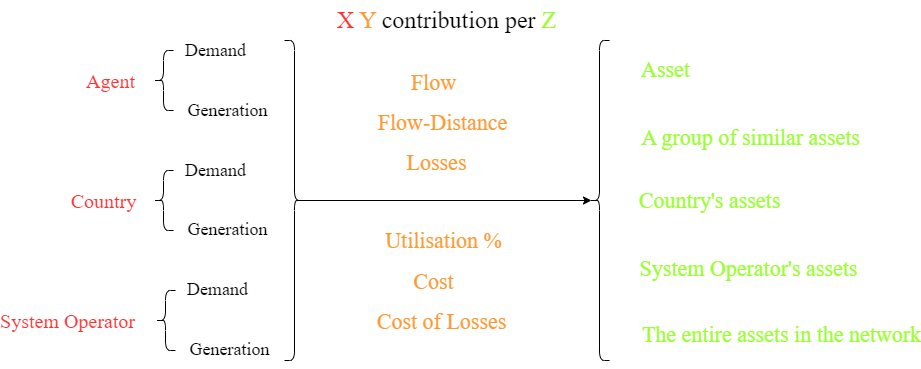
Above: doc/Images/InfraFair_output_results.png in IIT-EnergySystemModels/InfraFair (draw.io), before the change. Source tidied: cells renumbered, new cells last; positions are measured from the earlier drawing's top-left corner, leaving out a move shared by most shapes.
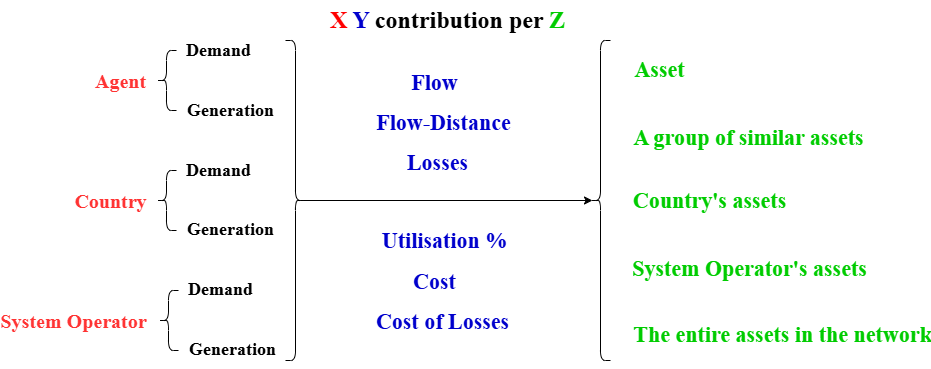
The same file after the commit.

Diff of the diagram source:
```diff
@@ -8,79 +8,79 @@
     <mxCell id="3" style="shape=curlyBracket;whiteSpace=wrap;html=1;rounded=1;labelPosition=left;verticalLabelPosition=middle;align=right;verticalAlign=middle;fontFamily=Times New Roman;fontStyle=0;" parent="1" vertex="1">
       <mxGeometry x="572" y="40" width="20" height="320" as="geometry" />
     </mxCell>
-    <mxCell id="4" value="&lt;font style=&quot;font-size: 24px;&quot;&gt;&lt;font color=&quot;#ff3333&quot; style=&quot;font-size: 24px;&quot;&gt;X&lt;/font&gt;&amp;nbsp;&lt;font color=&quot;#ff9933&quot; style=&quot;font-size: 24px;&quot;&gt;Y&lt;/font&gt;&lt;span style=&quot;&quot;&gt;&amp;nbsp;&lt;font color=&quot;#000000&quot;&gt;contribution per&lt;/font&gt;&amp;nbsp;&lt;/span&gt;&lt;font color=&quot;#99ff33&quot; style=&quot;font-size: 24px;&quot;&gt;Z&lt;/font&gt;&lt;/font&gt;" style="text;strokeColor=none;fillColor=none;html=1;fontSize=24;fontStyle=0;verticalAlign=middle;align=center;fontColor=#3333FF;fontFamily=Times New Roman;" parent="1" vertex="1">
+    <mxCell id="4" value="&lt;font style=&quot;font-size: 24px;&quot;&gt;&lt;b&gt;&lt;font style=&quot;font-size: 24px; color: rgb(255, 0, 0);&quot;&gt;X&lt;/font&gt;&amp;nbsp;&lt;font style=&quot;font-size: 24px; color: rgb(0, 0, 204);&quot;&gt;Y&lt;/font&gt;&lt;span style=&quot;&quot;&gt;&lt;font style=&quot;color: rgb(0, 0, 204);&quot;&gt;&amp;nbsp;&lt;/font&gt;&lt;font color=&quot;#000000&quot;&gt;contribution per&lt;/font&gt;&amp;nbsp;&lt;/span&gt;&lt;font style=&quot;font-size: 24px; color: rgb(0, 204, 0);&quot;&gt;Z&lt;/font&gt;&lt;/b&gt;&lt;/font&gt;" style="text;strokeColor=none;fillColor=none;html=1;fontSize=24;fontStyle=0;verticalAlign=middle;align=center;fontColor=#3333FF;fontFamily=Times New Roman;" parent="1" vertex="1">
       <mxGeometry x="379" width="100" height="40" as="geometry" />
     </mxCell>
     <mxCell id="5" style="edgeStyle=orthogonalEdgeStyle;rounded=0;jettySize=auto;html=1;exitX=0.1;exitY=0.5;exitDx=0;exitDy=0;exitPerimeter=0;entryX=0.1;entryY=0.5;entryDx=0;entryDy=0;entryPerimeter=0;fontFamily=Times New Roman;fontStyle=0;" parent="1" edge="1" source="2" target="3">
       <mxGeometry relative="1" as="geometry" />
     </mxCell>
-    <mxCell id="6" value="Agent" style="text;strokeColor=none;fillColor=none;html=1;fontSize=20;fontStyle=0;verticalAlign=middle;align=center;fontColor=#FF3333;fontFamily=Times New Roman;" parent="1" vertex="1">
-      <mxGeometry x="43" y="60" width="100" height="40" as="geometry" />
+    <mxCell id="6" value="Agent" style="text;strokeColor=none;fillColor=none;html=1;fontSize=20;fontStyle=1;verticalAlign=middle;align=center;fontColor=light-dark(#FF3333,#FF0000);fontFamily=Times New Roman;" parent="1" vertex="1">
+      <mxGeometry x="52" y="60" width="100" height="40" as="geometry" />
     </mxCell>
-    <mxCell id="7" value="Country" style="text;strokeColor=none;fillColor=none;html=1;fontSize=20;fontStyle=0;verticalAlign=middle;align=center;fontColor=#FF3333;fontFamily=Times New Roman;" parent="1" vertex="1">
-      <mxGeometry x="36" y="180" width="100" height="40" as="geometry" />
+    <mxCell id="7" value="Country" style="text;strokeColor=none;fillColor=none;html=1;fontSize=20;fontStyle=1;verticalAlign=middle;align=center;fontColor=light-dark(#FF3333,#FF0000);fontFamily=Times New Roman;" parent="1" vertex="1">
+      <mxGeometry x="42" y="180" width="100" height="40" as="geometry" />
     </mxCell>
-    <mxCell id="8" value="System Operator" style="text;strokeColor=none;fillColor=none;html=1;fontSize=20;fontStyle=0;verticalAlign=middle;align=center;fontColor=#FF3333;fontFamily=Times New Roman;" parent="1" vertex="1">
-      <mxGeometry y="300" width="100" height="40" as="geometry" />
+    <mxCell id="8" value="System Operator" style="text;strokeColor=none;fillColor=none;html=1;fontSize=20;fontStyle=1;verticalAlign=middle;align=center;fontColor=light-dark(#FF3333,#FF0000);fontFamily=Times New Roman;" parent="1" vertex="1">
+      <mxGeometry x="5" y="300" width="100" height="40" as="geometry" />
     </mxCell>
     <mxCell id="9" style="shape=curlyBracket;whiteSpace=wrap;html=1;rounded=1;labelPosition=left;verticalLabelPosition=middle;align=right;verticalAlign=middle;fontFamily=Times New Roman;fontStyle=0;" parent="1" vertex="1">
-      <mxGeometry x="136" y="50" width="20" height="60" as="geometry" />
+      <mxGeometry x="138" y="50" width="20" height="60" as="geometry" />
     </mxCell>
-    <mxCell id="10" value="Demand" style="text;strokeColor=none;fillColor=none;html=1;fontSize=18;fontStyle=0;verticalAlign=middle;align=center;fontFamily=Times New Roman;" parent="1" vertex="1">
-      <mxGeometry x="158" y="30" width="80" height="40" as="geometry" />
+    <mxCell id="10" value="Demand" style="text;strokeColor=none;fillColor=none;html=1;fontSize=18;fontStyle=1;verticalAlign=middle;align=center;fontFamily=Times New Roman;" parent="1" vertex="1">
+      <mxGeometry x="160" y="30" width="80" height="40" as="geometry" />
     </mxCell>
-    <mxCell id="11" value="Generation" style="text;strokeColor=none;fillColor=none;html=1;fontSize=18;fontStyle=0;verticalAlign=middle;align=center;fontFamily=Times New Roman;" parent="1" vertex="1">
-      <mxGeometry x="160" y="90" width="100" height="40" as="geometry" />
+    <mxCell id="11" value="Generation" style="text;strokeColor=none;fillColor=none;html=1;fontSize=18;fontStyle=1;verticalAlign=middle;align=center;fontFamily=Times New Roman;" parent="1" vertex="1">
+      <mxGeometry x="162" y="90" width="100" height="40" as="geometry" />
     </mxCell>
     <mxCell id="12" style="shape=curlyBracket;whiteSpace=wrap;html=1;rounded=1;labelPosition=left;verticalLabelPosition=middle;align=right;verticalAlign=middle;fontFamily=Times New Roman;fontStyle=0;" parent="1" vertex="1">
-      <mxGeometry x="136" y="170" width="20" height="60" as="geometry" />
+      <mxGeometry x="138" y="170" width="20" height="60" as="geometry" />
     </mxCell>
-    <mxCell id="13" value="Demand" style="text;strokeColor=none;fillColor=none;html=1;fontSize=18;fontStyle=0;verticalAlign=middle;align=center;fontFamily=Times New Roman;" parent="1" vertex="1">
-      <mxGeometry x="158" y="150" width="80" height="40" as="geometry" />
+    <mxCell id="13" value="Demand" style="text;strokeColor=none;fillColor=none;html=1;fontSize=18;fontStyle=1;verticalAlign=middle;align=center;fontFamily=Times New Roman;" parent="1" vertex="1">
+      <mxGeometry x="160" y="150" width="80" height="40" as="geometry" />
     </mxCell>
-    <mxCell id="14" value="Generation" style="text;strokeColor=none;fillColor=none;html=1;fontSize=18;fontStyle=0;verticalAlign=middle;align=center;fontFamily=Times New Roman;" parent="1" vertex="1">
-      <mxGeometry x="160" y="209" width="100" height="40" as="geometry" />
+    <mxCell id="14" value="Generation" style="text;strokeColor=none;fillColor=none;html=1;fontSize=18;fontStyle=1;verticalAlign=middle;align=center;fontFamily=Times New Roman;" parent="1" vertex="1">
+      <mxGeometry x="162" y="209" width="100" height="40" as="geometry" />
     </mxCell>
     <mxCell id="15" style="shape=curlyBracket;whiteSpace=wrap;html=1;rounded=1;labelPosition=left;verticalLabelPosition=middle;align=right;verticalAlign=middle;fontFamily=Times New Roman;fontStyle=0;" parent="1" vertex="1">
-      <mxGeometry x="138" y="290" width="20" height="60" as="geometry" />
+      <mxGeometry x="140" y="290" width="20" height="60" as="geometry" />
     </mxCell>
-    <mxCell id="16" value="Demand" style="text;strokeColor=none;fillColor=none;html=1;fontSize=18;fontStyle=0;verticalAlign=middle;align=center;fontFamily=Times New Roman;" parent="1" vertex="1">
-      <mxGeometry x="160" y="269" width="80" height="40" as="geometry" />
+    <mxCell id="16" value="Demand" style="text;strokeColor=none;fillColor=none;html=1;fontSize=18;fontStyle=1;verticalAlign=middle;align=center;fontFamily=Times New Roman;" parent="1" vertex="1">
+      <mxGeometry x="162" y="269" width="80" height="40" as="geometry" />
     </mxCell>
-    <mxCell id="17" value="Generation" style="text;strokeColor=none;fillColor=none;html=1;fontSize=18;fontStyle=0;verticalAlign=middle;align=center;fontFamily=Times New Roman;" parent="1" vertex="1">
-      <mxGeometry x="162" y="329" width="100" height="40" as="geometry" />
+    <mxCell id="17" value="Generation" style="text;strokeColor=none;fillColor=none;html=1;fontSize=18;fontStyle=1;verticalAlign=middle;align=center;fontFamily=Times New Roman;" parent="1" vertex="1">
+      <mxGeometry x="164" y="329" width="100" height="40" as="geometry" />
     </mxCell>
-    <mxCell id="18" value="Asset" style="text;strokeColor=none;fillColor=none;html=1;fontSize=22;fontStyle=0;verticalAlign=middle;align=center;fontColor=#99FF33;fontFamily=Times New Roman;" parent="1" vertex="1">
-      <mxGeometry x="598" y="50" width="100" height="40" as="geometry" />
+    <mxCell id="18" value="Asset" style="text;strokeColor=none;fillColor=none;html=1;fontSize=22;fontStyle=1;verticalAlign=middle;align=center;fontColor=#00CC00;fontFamily=Times New Roman;" parent="1" vertex="1">
+      <mxGeometry x="591" y="50" width="100" height="40" as="geometry" />
     </mxCell>
-    <mxCell id="19" value="A group of similar assets" style="text;strokeColor=none;fillColor=none;html=1;fontSize=22;fontStyle=0;verticalAlign=middle;align=center;fontColor=#99FF33;fontFamily=Times New Roman;" parent="1" vertex="1">
-      <mxGeometry x="683" y="118" width="100" height="40" as="geometry" />
+    <mxCell id="19" value="A group of similar assets" style="text;strokeColor=none;fillColor=none;html=1;fontSize=22;fontStyle=1;verticalAlign=middle;align=center;fontColor=#00CC00;fontFamily=Times New Roman;" parent="1" vertex="1">
+      <mxGeometry x="680" y="118" width="100" height="40" as="geometry" />
     </mxCell>
-    <mxCell id="20" value="Country's assets" style="text;strokeColor=none;fillColor=none;html=1;fontSize=22;fontStyle=0;verticalAlign=middle;align=center;fontColor=#99FF33;fontFamily=Times New Roman;" parent="1" vertex="1">
-      <mxGeometry x="642" y="181" width="100" height="40" as="geometry" />
+    <mxCell id="20" value="Country's assets" style="text;strokeColor=none;fillColor=none;html=1;fontSize=22;fontStyle=1;verticalAlign=middle;align=center;fontColor=#00CC00;fontFamily=Times New Roman;" parent="1" vertex="1">
+      <mxGeometry x="641" y="181" width="100" height="40" as="geometry" />
     </mxCell>
-    <mxCell id="21" value="System Operator's assets" style="text;strokeColor=none;fillColor=none;html=1;fontSize=22;fontStyle=0;verticalAlign=middle;align=center;fontColor=#99FF33;fontFamily=Times New Roman;" parent="1" vertex="1">
+    <mxCell id="21" value="System Operator's assets" style="text;strokeColor=none;fillColor=none;html=1;fontSize=22;fontStyle=1;verticalAlign=middle;align=center;fontColor=#00CC00;fontFamily=Times New Roman;" parent="1" vertex="1">
       <mxGeometry x="681" y="249" width="100" height="40" as="geometry" />
     </mxCell>
-    <mxCell id="22" value="The entire assets in the network" style="text;strokeColor=none;fillColor=none;html=1;fontSize=22;fontStyle=0;verticalAlign=middle;align=center;fontColor=#99FF33;fontFamily=Times New Roman;" parent="1" vertex="1">
+    <mxCell id="22" value="The entire assets in the network" style="text;strokeColor=none;fillColor=none;html=1;fontSize=22;fontStyle=1;verticalAlign=middle;align=center;fontColor=#00CC00;fontFamily=Times New Roman;" parent="1" vertex="1">
       <mxGeometry x="714" y="315" width="100" height="40" as="geometry" />
     </mxCell>
-    <mxCell id="23" value="Flow" style="text;strokeColor=none;fillColor=none;html=1;fontSize=22;fontStyle=0;verticalAlign=middle;align=center;fontColor=#FF9933;fontFamily=Times New Roman;labelBackgroundColor=none;labelBorderColor=none;textShadow=0;" parent="1" vertex="1">
+    <mxCell id="23" value="Flow" style="text;strokeColor=none;fillColor=none;html=1;fontSize=22;fontStyle=1;verticalAlign=middle;align=center;fontColor=#0000CC;fontFamily=Times New Roman;labelBackgroundColor=none;labelBorderColor=none;textShadow=0;" parent="1" vertex="1">
       <mxGeometry x="366" y="63" width="100" height="40" as="geometry" />
     </mxCell>
-    <mxCell id="24" value="Flow-Distance" style="text;strokeColor=none;fillColor=none;html=1;fontSize=22;fontStyle=0;verticalAlign=middle;align=center;fontColor=#FF9933;fontFamily=Times New Roman;labelBackgroundColor=none;labelBorderColor=none;textShadow=0;" parent="1" vertex="1">
+    <mxCell id="24" value="Flow-Distance" style="text;strokeColor=none;fillColor=none;html=1;fontSize=22;fontStyle=1;verticalAlign=middle;align=center;fontColor=#0000CC;fontFamily=Times New Roman;labelBackgroundColor=none;labelBorderColor=none;textShadow=0;" parent="1" vertex="1">
       <mxGeometry x="375" y="103" width="100" height="40" as="geometry" />
     </mxCell>
-    <mxCell id="25" value="Utilisation %" style="text;strokeColor=none;fillColor=none;html=1;fontSize=22;fontStyle=0;verticalAlign=middle;align=center;fontColor=#FF9933;fontFamily=Times New Roman;labelBackgroundColor=none;labelBorderColor=none;textShadow=0;" parent="1" vertex="1">
+    <mxCell id="25" value="Utilisation %" style="text;strokeColor=none;fillColor=none;html=1;fontSize=22;fontStyle=1;verticalAlign=middle;align=center;fontColor=#0000CC;fontFamily=Times New Roman;labelBackgroundColor=none;labelBorderColor=none;textShadow=0;" parent="1" vertex="1">
       <mxGeometry x="376" y="221" width="100" height="40" as="geometry" />
     </mxCell>
-    <mxCell id="26" value="Cost" style="text;strokeColor=none;fillColor=none;html=1;fontSize=22;fontStyle=0;verticalAlign=middle;align=center;fontColor=#FF9933;fontFamily=Times New Roman;labelBackgroundColor=none;labelBorderColor=none;textShadow=0;" parent="1" vertex="1">
+    <mxCell id="26" value="Cost" style="text;strokeColor=none;fillColor=none;html=1;fontSize=22;fontStyle=1;verticalAlign=middle;align=center;fontColor=#0000CC;fontFamily=Times New Roman;labelBackgroundColor=none;labelBorderColor=none;textShadow=0;" parent="1" vertex="1">
       <mxGeometry x="366" y="262" width="100" height="40" as="geometry" />
     </mxCell>
-    <mxCell id="27" value="Losses" style="text;strokeColor=none;fillColor=none;html=1;fontSize=22;fontStyle=0;verticalAlign=middle;align=center;fontColor=#FF9933;fontFamily=Times New Roman;labelBackgroundColor=none;labelBorderColor=none;textShadow=0;" parent="1" vertex="1">
+    <mxCell id="27" value="Losses" style="text;strokeColor=none;fillColor=none;html=1;fontSize=22;fontStyle=1;verticalAlign=middle;align=center;fontColor=#0000CC;fontFamily=Times New Roman;labelBackgroundColor=none;labelBorderColor=none;textShadow=0;" parent="1" vertex="1">
       <mxGeometry x="369" y="143" width="100" height="40" as="geometry" />
     </mxCell>
-    <mxCell id="28" value="Cost of Losses" style="text;strokeColor=none;fillColor=none;html=1;fontSize=22;fontStyle=0;verticalAlign=middle;align=center;fontColor=#FF9933;fontFamily=Times New Roman;labelBackgroundColor=none;labelBorderColor=none;textShadow=0;" parent="1" vertex="1">
+    <mxCell id="28" value="Cost of Losses" style="text;strokeColor=none;fillColor=none;html=1;fontSize=22;fontStyle=1;verticalAlign=middle;align=center;fontColor=#0000CC;fontFamily=Times New Roman;labelBackgroundColor=none;labelBorderColor=none;textShadow=0;" parent="1" vertex="1">
       <mxGeometry x="374" y="302" width="100" height="40" as="geometry" />
     </mxCell>
   </root>
```
